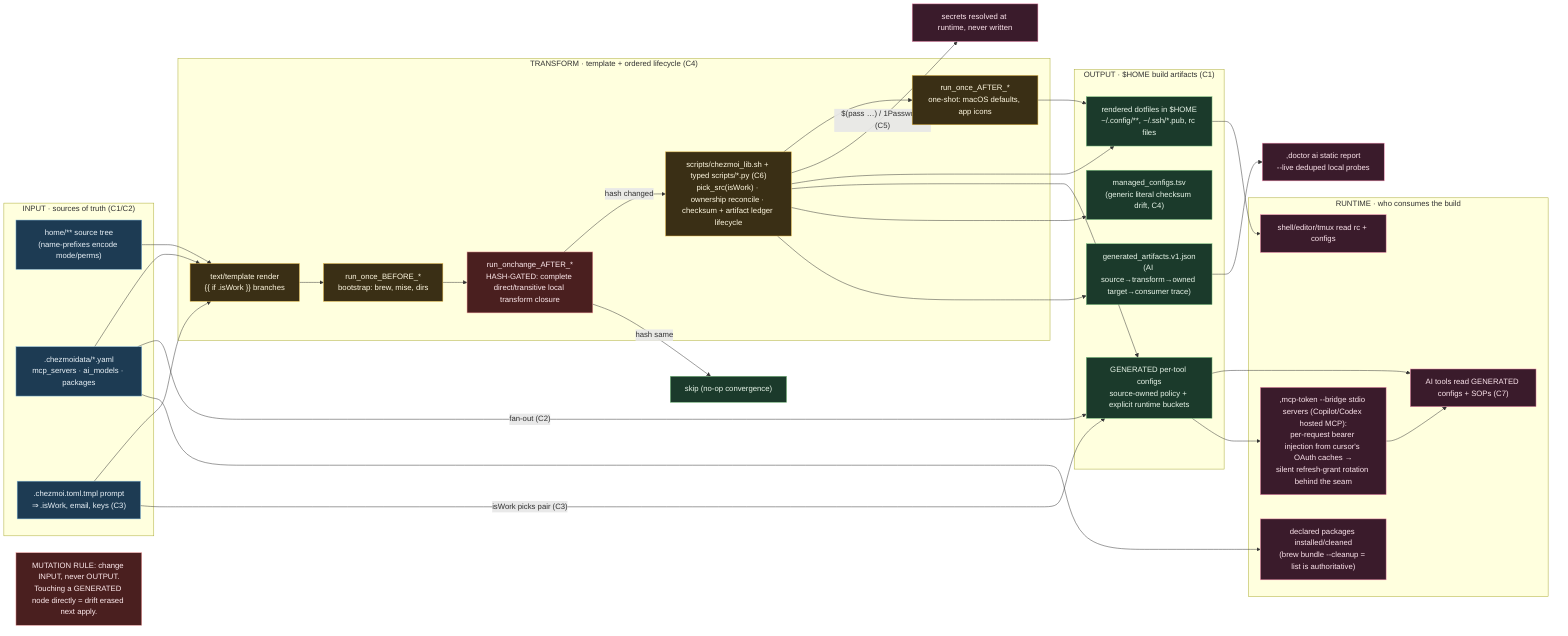
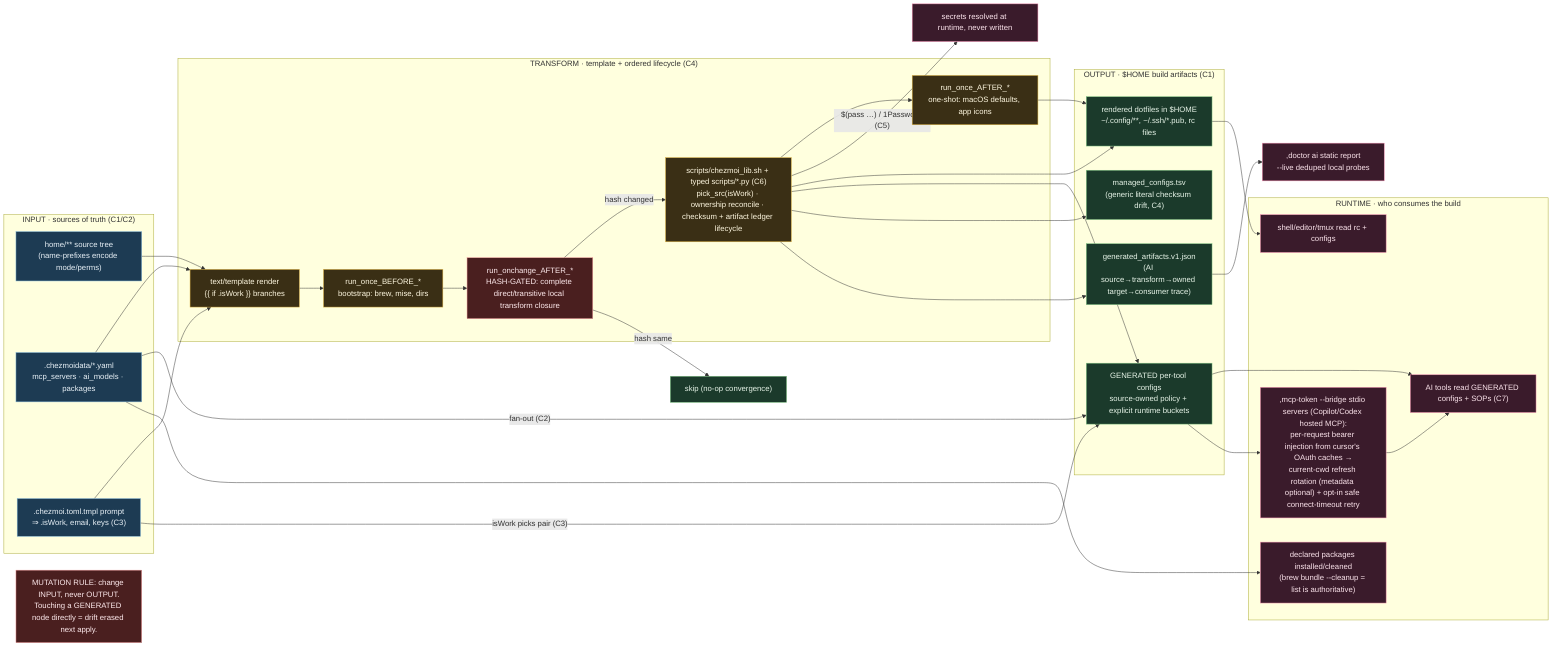
%% ============================================================================
%% S1-flow-apply-reconcile.mmd — FLOW: how a `chezmoi apply` actually converges.
%% Traces INPUT (source + data + init bool) → TRANSFORM (template + ordered hooks)
%% → OUTPUT ($HOME targets) → RUNTIME (what consumes them). Files are nodes ON the
%% flow, not a tree. Realizes concepts C1, C2, C3, C4, C5, C6. (drill: 01,02)
%% ============================================================================
flowchart LR
    classDef in fill:#1d3b53,stroke:#7fb3d5,color:#eaf2f8;
    classDef xf fill:#3a2f15,stroke:#e0b341,color:#fff8e1;
    classDef out fill:#1b3a2b,stroke:#81c784,color:#e8f5e9;
    classDef run fill:#3a1b2b,stroke:#f48fb1,color:#fce4ec;
    classDef gate fill:#4a1f1f,stroke:#ef9a9a,color:#ffebee;

    subgraph INPUT["INPUT · sources of truth (C1/C2)"]
        SRC["home/** source tree<br/>(name-prefixes encode mode/perms)"]:::in
        DATA[".chezmoidata/*.yaml<br/>mcp_servers · ai_models · packages"]:::in
        INIT[".chezmoi.toml.tmpl prompt<br/>⇒ .isWork, email, keys (C3)"]:::in
    end

    subgraph XFORM["TRANSFORM · template + ordered lifecycle (C4)"]
        TMPL["text/template render<br/>{{ if .isWork }} branches"]:::xf
        B["run_once_BEFORE_*<br/>bootstrap: brew, mise, dirs"]:::xf
        OC["run_onchange_AFTER_*<br/>HASH-GATED: complete direct/transitive local transform closure"]:::gate
        LIB["scripts/chezmoi_lib.sh + typed scripts/*.py (C6)<br/>pick_src(isWork) · ownership reconcile · checksum + artifact ledger lifecycle"]:::xf
        ONCE["run_once_AFTER_*<br/>one-shot: macOS defaults, app icons"]:::xf
    end

    subgraph OUTPUT["OUTPUT · $HOME build artifacts (C1)"]
        TGT["rendered dotfiles in $HOME<br/>~/.config/**, ~/.ssh/*.pub, rc files"]:::out
        GEN["GENERATED per-tool configs<br/>source-owned policy + explicit runtime buckets"]:::out
        MAN["managed_configs.tsv<br/>(generic literal checksum drift, C4)"]:::out
        ART["generated_artifacts.v1.json<br/>(AI source→transform→owned target→consumer trace)"]:::out
    end

    subgraph RUNTIME["RUNTIME · who consumes the build"]
        SH["shell/editor/tmux read rc + configs"]:::run
        AG["AI tools read GENERATED configs + SOPs (C7)"]:::run
-         BR[",mcp-token --bridge stdio servers (Copilot/Codex hosted MCP):<br/>per-request bearer injection from cursor's OAuth caches →<br/>silent refresh-grant rotation behind the seam"]:::run
+         BR[",mcp-token --bridge stdio servers (Copilot/Codex hosted MCP):<br/>per-request bearer injection from cursor's OAuth caches →<br/>current-cwd refresh rotation (metadata optional) + opt-in safe connect-timeout retry"]:::run
        PKG["declared packages installed/cleaned<br/>(brew bundle --cleanup = list is authoritative)"]:::run
    end

    SRC --> TMPL
    DATA --> TMPL
    INIT --> TMPL
    TMPL --> B --> OC
    OC -->|hash changed| LIB
    OC -->|hash same| SKIP["skip (no-op convergence)"]:::out
    LIB --> ONCE
    LIB -->|"$(pass …) / 1Password (C5)"| SECRET["secrets resolved at runtime, never written"]:::run
    LIB --> TGT
    LIB --> GEN
    LIB --> MAN
    LIB --> ART
    ONCE --> TGT
    DATA -->|"fan-out (C2)"| GEN
    INIT -->|"isWork picks pair (C3)"| GEN

    TGT --> SH
    GEN --> AG
    ART --> DOC[",doctor ai static report<br/>--live deduped local probes"]:::run
    GEN --> BR
    BR --> AG
    DATA --> PKG

    NOTE["MUTATION RULE: change INPUT, never OUTPUT.<br/>Touching a GENERATED node directly = drift erased next apply."]:::gate
